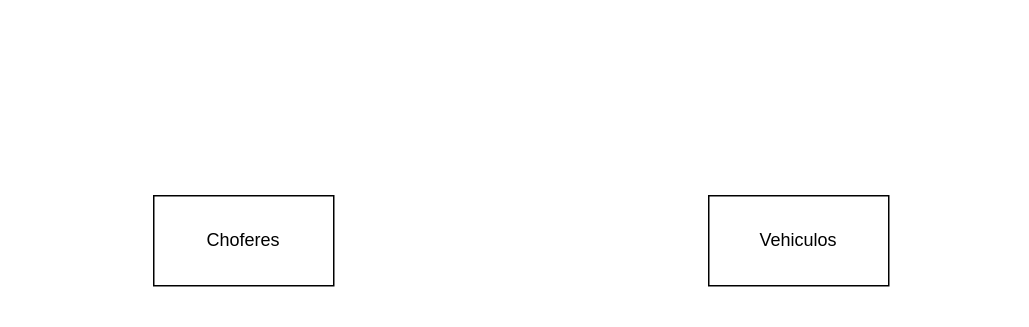
Earlier version of the draw.io diagram BDClaseUno.drawio (jesicaacosta/PracticasAutocadMedios1). Source tidied: cells renumbered, new cells numbered last; positions are measured from the earlier drawing's top-left corner, leaving out a move shared by most shapes. Both pictures are drawn from the tidied source at 150%, with x=0, y=0 at pixel (153, 195).
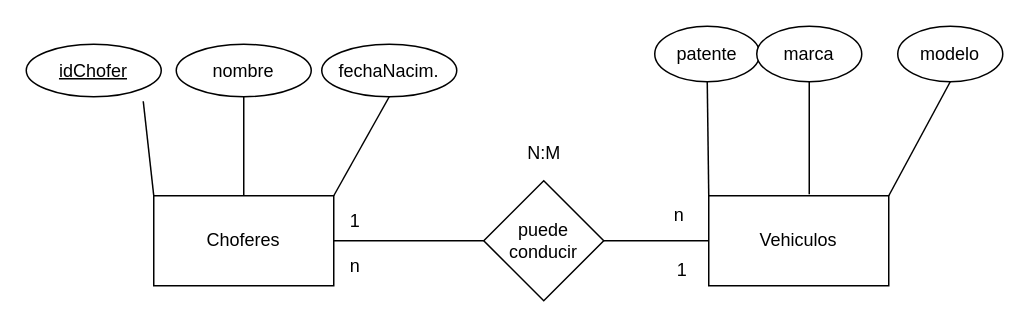
After the change.

Unchanged cells that the change refers to:
```xml
<mxCell id="2" value="Choferes" style="rounded=0;whiteSpace=wrap;html=1;" parent="1" vertex="1">
  <mxGeometry width="120" height="60" as="geometry" />
</mxCell>
<mxCell id="3" value="Vehiculos" style="rounded=0;whiteSpace=wrap;html=1;" parent="1" vertex="1">
  <mxGeometry x="370" width="120" height="60" as="geometry" />
</mxCell>
```

Change to the diagram source:
```diff
@@
+    <mxCell id="4" value="&lt;u&gt;idChofer&lt;/u&gt;" style="ellipse;whiteSpace=wrap;html=1;" parent="1" vertex="1">
+      <mxGeometry x="-85" y="-101" width="90" height="35" as="geometry" />
+    </mxCell>
+    <mxCell id="5" value="nombre" style="ellipse;whiteSpace=wrap;html=1;" parent="1" vertex="1">
+      <mxGeometry x="15" y="-101" width="90" height="35" as="geometry" />
+    </mxCell>
+    <mxCell id="6" value="fechaNacim." style="ellipse;whiteSpace=wrap;html=1;" parent="1" vertex="1">
+      <mxGeometry x="112" y="-101" width="90" height="35" as="geometry" />
+    </mxCell>
+    <mxCell id="7" style="endArrow=none;html=1;rounded=0;entryX=0;entryY=0;entryDx=0;entryDy=0;" parent="1" edge="1" target="2">
+      <mxGeometry relative="1" as="geometry">
+        <mxPoint x="-7" y="-63" as="sourcePoint" />
+      </mxGeometry>
+    </mxCell>
+    <mxCell id="8" style="endArrow=none;html=1;rounded=0;exitX=0.5;exitY=1;exitDx=0;exitDy=0;entryX=0.5;entryY=0;entryDx=0;entryDy=0;" parent="1" edge="1" source="5" target="2">
+      <mxGeometry relative="1" as="geometry" />
+    </mxCell>
+    <mxCell id="9" style="endArrow=none;html=1;rounded=0;entryX=1;entryY=0;entryDx=0;entryDy=0;exitX=0.5;exitY=1;exitDx=0;exitDy=0;" parent="1" edge="1" source="6" target="2">
+      <mxGeometry relative="1" as="geometry" />
+    </mxCell>
+    <mxCell id="10" value="patente" style="ellipse;whiteSpace=wrap;html=1;" parent="1" vertex="1">
+      <mxGeometry x="334" y="-113" width="70" height="37" as="geometry" />
+    </mxCell>
+    <mxCell id="11" style="endArrow=none;html=1;rounded=0;entryX=0.5;entryY=1;entryDx=0;entryDy=0;exitX=0;exitY=0;exitDx=0;exitDy=0;" parent="1" edge="1" source="3" target="10">
+      <mxGeometry relative="1" as="geometry" />
+    </mxCell>
+    <mxCell id="12" value="marca" style="ellipse;whiteSpace=wrap;html=1;" parent="1" vertex="1">
+      <mxGeometry x="402" y="-113" width="70" height="37" as="geometry" />
+    </mxCell>
+    <mxCell id="13" value="modelo" style="ellipse;whiteSpace=wrap;html=1;" parent="1" vertex="1">
+      <mxGeometry x="496" y="-113" width="70" height="37" as="geometry" />
+    </mxCell>
+    <mxCell id="14" style="endArrow=none;html=1;rounded=0;entryX=0.5;entryY=1;entryDx=0;entryDy=0;" parent="1" edge="1" target="12">
+      <mxGeometry relative="1" as="geometry">
+        <mxPoint x="437" y="-1" as="sourcePoint" />
+      </mxGeometry>
+    </mxCell>
+    <mxCell id="15" style="endArrow=none;html=1;rounded=0;entryX=0.5;entryY=1;entryDx=0;entryDy=0;exitX=1;exitY=0;exitDx=0;exitDy=0;" parent="1" edge="1" source="3" target="13">
+      <mxGeometry relative="1" as="geometry" />
+    </mxCell>
+    <mxCell id="16" value="puede&lt;div&gt;conducir&lt;/div&gt;" style="rhombus;whiteSpace=wrap;html=1;" parent="1" vertex="1">
+      <mxGeometry x="220" y="-10" width="80" height="80" as="geometry" />
+    </mxCell>
+    <mxCell id="17" style="endArrow=none;html=1;rounded=0;entryX=0;entryY=0.5;entryDx=0;entryDy=0;exitX=1;exitY=0.5;exitDx=0;exitDy=0;" parent="1" edge="1" source="16" target="3">
+      <mxGeometry relative="1" as="geometry" />
+    </mxCell>
+    <mxCell id="18" style="endArrow=none;html=1;rounded=0;entryX=0;entryY=0.5;entryDx=0;entryDy=0;exitX=1;exitY=0.5;exitDx=0;exitDy=0;" parent="1" edge="1" source="2" target="16">
+      <mxGeometry relative="1" as="geometry" />
+    </mxCell>
+    <mxCell id="19" value="1" style="text;html=1;align=center;verticalAlign=middle;strokeColor=none;fillColor=none;" parent="1" vertex="1">
+      <mxGeometry x="121" y="4" width="25" height="26" as="geometry" />
+    </mxCell>
+    <mxCell id="20" value="n" style="text;html=1;align=center;verticalAlign=middle;strokeColor=none;fillColor=none;" parent="1" vertex="1">
+      <mxGeometry x="337" width="25" height="26" as="geometry" />
+    </mxCell>
+    <mxCell id="21" value="1" style="text;html=1;align=center;verticalAlign=middle;strokeColor=none;fillColor=none;" parent="1" vertex="1">
+      <mxGeometry x="339" y="37" width="25" height="26" as="geometry" />
+    </mxCell>
+    <mxCell id="22" value="n" style="text;html=1;align=center;verticalAlign=middle;strokeColor=none;fillColor=none;" parent="1" vertex="1">
+      <mxGeometry x="121" y="34" width="25" height="26" as="geometry" />
+    </mxCell>
+    <mxCell id="23" value="N:M" style="text;html=1;align=center;verticalAlign=middle;strokeColor=none;fillColor=none;" parent="1" vertex="1">
+      <mxGeometry x="240" y="-41" width="40" height="26" as="geometry" />
+    </mxCell>
```
